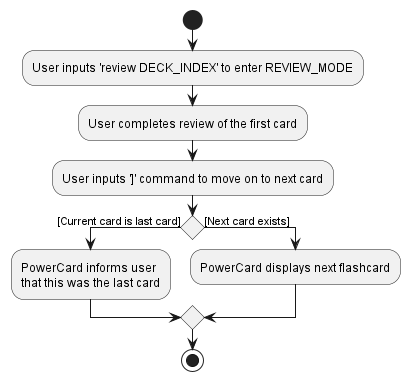
Earlier version of the PlantUML export docs/images/NextCardReviewActivityDiagram.png (nus-cs2103-AY2223S2/tp).
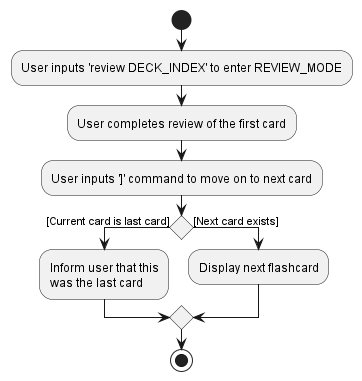
After the change.

Diff of the diagram source:
```diff
@@ -6,10 +6,10 @@
 :User inputs ']' command to move on to next card;
 
 if () then ([Current card is last card])
-    :PowerCard informs user
-    that this was the last card;
+    :Inform user that this
+    was the last card;
 else ([Next card exists])
-    :PowerCard displays next flashcard;
+    :Display next flashcard;
 
 
 endif
```
